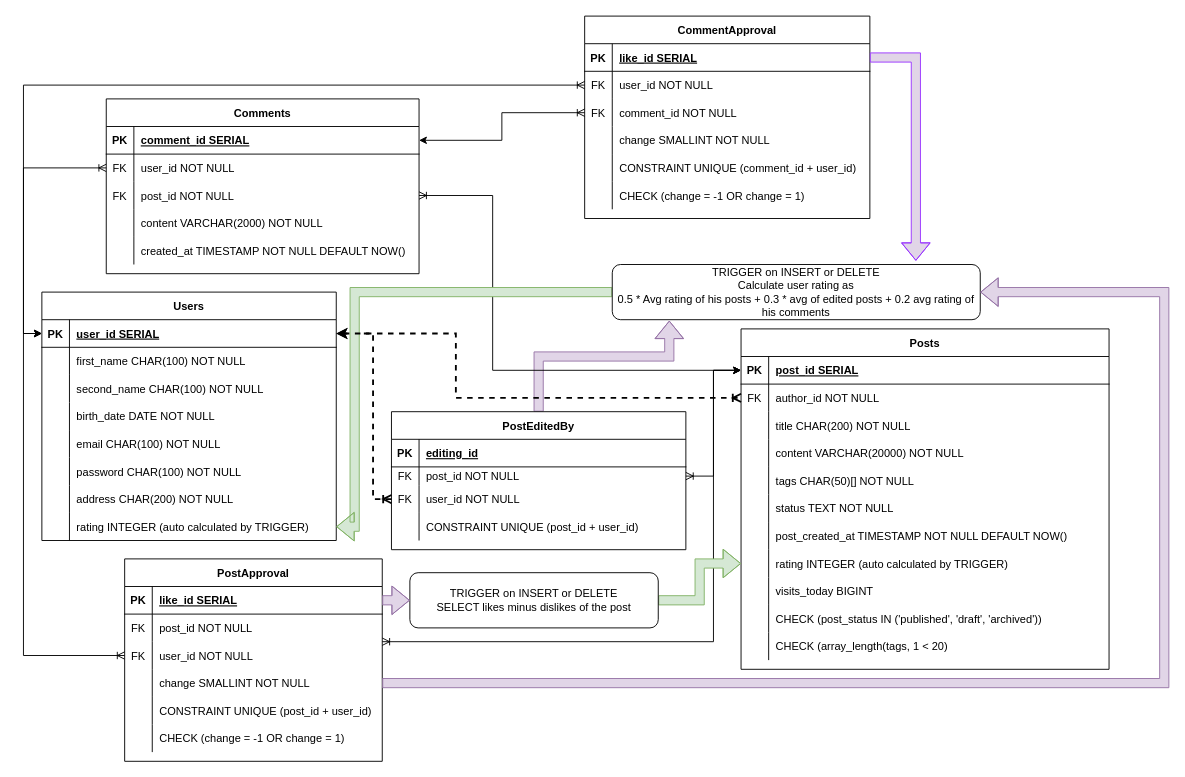
The draw.io diagram src/psql/design.drawio in darklab8/darklab_training_postgresql, before the edit. Source tidied: cells renumbered, new cells numbered last; positions are measured from the earlier drawing's top-left corner, leaving out a move shared by most shapes. Both pictures are drawn from the tidied source at 92%, with x=0, y=0 at pixel (41, 16).
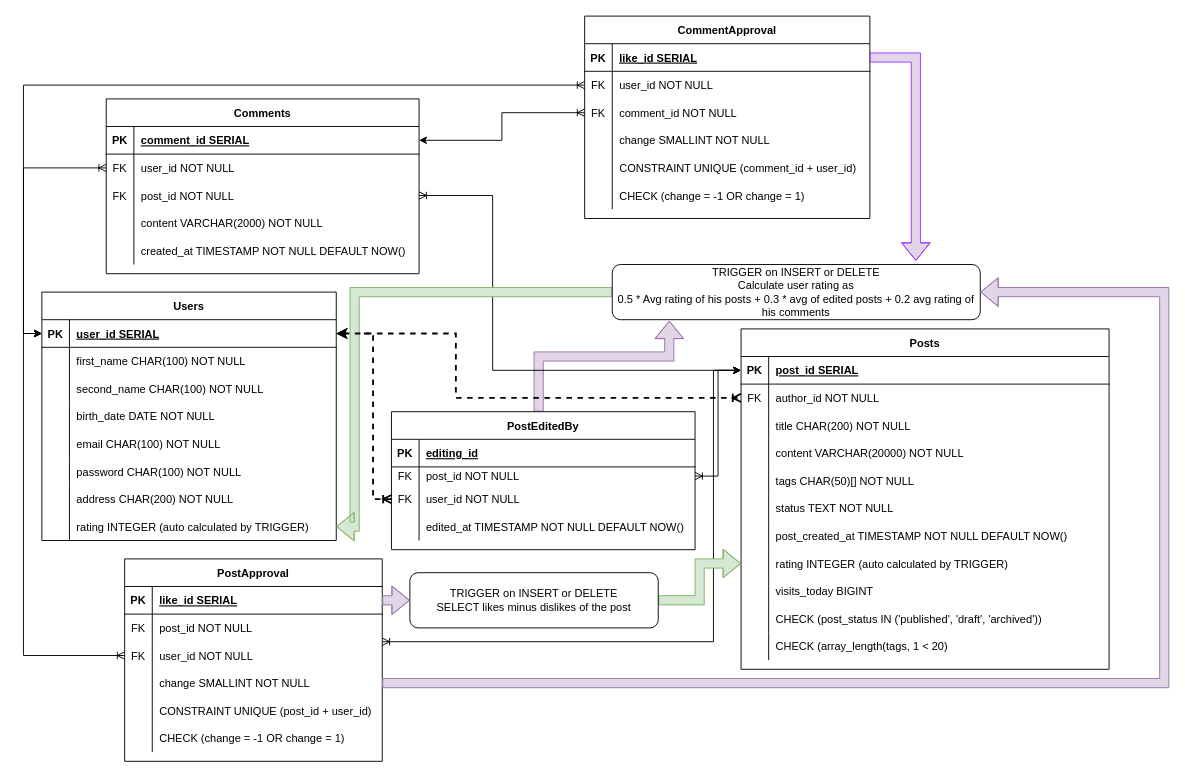
After the change.

Commit message (it also covers changes not shown here):
feat: remove constraint UNIQUE from post_edits

Change to the diagram source:
```diff
@@
     <mxCell id="120" value="PostEditedBy" style="shape=table;startSize=30;childLayout=tableLayout;rowLines=0;fontStyle=1;align=center;" parent="1" vertex="1">
-      <mxGeometry x="380" y="430" width="320" height="150" as="geometry" />
+      <mxGeometry x="380" y="430" width="330" height="150" as="geometry" />
     </mxCell>
     <mxCell id="121" style="shape=tableRow;horizontal=0;startSize=0;swimlaneHead=0;swimlaneBody=0;fillColor=none;top=0;left=0;right=0;bottom=1;" parent="120" vertex="1">
-      <mxGeometry y="30" width="320" height="30" as="geometry" />
+      <mxGeometry y="30" width="330" height="30" as="geometry" />
     </mxCell>
@@
     <mxCell id="123" value="editing_id" style="shape=partialRectangle;fillColor=none;top=0;left=0;bottom=0;right=0;align=left;spacingLeft=6;fontStyle=5;overflow=hidden;" parent="121" vertex="1">
-      <mxGeometry x="30" width="290" height="30" as="geometry" />
+      <mxGeometry x="30" width="300" height="30" as="geometry" />
     </mxCell>
     <mxCell id="124" style="shape=tableRow;horizontal=0;startSize=0;swimlaneHead=0;swimlaneBody=0;fillColor=none;points=[[0,0.5],[1,0.5]];portConstraint=eastwest;top=0;left=0;right=0;bottom=0;" parent="120" vertex="1">
-      <mxGeometry y="60" width="320" height="20" as="geometry" />
+      <mxGeometry y="60" width="330" height="20" as="geometry" />
     </mxCell>
@@
     <mxCell id="126" value="post_id NOT NULL" style="shape=partialRectangle;fillColor=none;top=0;left=0;bottom=0;right=0;align=left;spacingLeft=6;overflow=hidden;" parent="124" vertex="1">
-      <mxGeometry x="30" width="290" height="20" as="geometry" />
+      <mxGeometry x="30" width="300" height="20" as="geometry" />
     </mxCell>
     <mxCell id="127" style="shape=tableRow;horizontal=0;startSize=0;swimlaneHead=0;swimlaneBody=0;fillColor=none;points=[[0,0.5],[1,0.5]];portConstraint=eastwest;top=0;left=0;right=0;bottom=0;" parent="120" vertex="1">
-      <mxGeometry y="80" width="320" height="30" as="geometry" />
+      <mxGeometry y="80" width="330" height="30" as="geometry" />
     </mxCell>
@@
     <mxCell id="129" value="user_id NOT NULL" style="shape=partialRectangle;fillColor=none;top=0;left=0;bottom=0;right=0;align=left;spacingLeft=6;overflow=hidden;" parent="127" vertex="1">
-      <mxGeometry x="30" width="290" height="30" as="geometry" />
+      <mxGeometry x="30" width="300" height="30" as="geometry" />
     </mxCell>
     <mxCell id="130" style="shape=tableRow;horizontal=0;startSize=0;swimlaneHead=0;swimlaneBody=0;fillColor=none;top=0;left=0;right=0;bottom=0;" parent="120" vertex="1">
-      <mxGeometry y="110" width="320" height="30" as="geometry" />
+      <mxGeometry y="110" width="330" height="30" as="geometry" />
     </mxCell>
@@
-    <mxCell id="132" value="CONSTRAINT UNIQUE (post_id + user_id)" style="shape=partialRectangle;fillColor=none;top=0;left=0;bottom=0;right=0;align=left;spacingLeft=6;overflow=hidden;" parent="130" vertex="1">
-      <mxGeometry x="30" width="290" height="30" as="geometry" />
+    <mxCell id="132" value="edited_at TIMESTAMP NOT NULL DEFAULT NOW()" style="shape=partialRectangle;fillColor=none;top=0;left=0;bottom=0;right=0;align=left;spacingLeft=6;overflow=hidden;" parent="130" vertex="1">
+      <mxGeometry x="30" width="300" height="30" as="geometry" />
     </mxCell>
```
